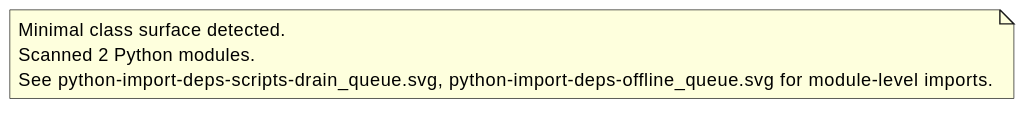
casonk/shock-relay keeps this PlantUML diagram as docs/diagrams/python-classes.puml.svg. Above is the earlier version. Its diagram source:
```plantuml
@startuml
set namespaceSeparator none
note as archilityPythonSurfaceNote
Minimal class surface detected.
Scanned 2 Python modules.
See python-import-deps-scripts-drain_queue.svg, python-import-deps-offline_queue.svg for module-level imports.
end note
@enduml
```
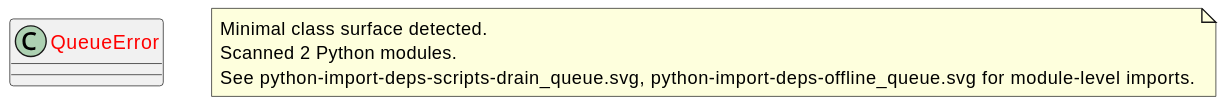
Later version of the same file.

The edit, as a diff of the source:
```diff
@@ -1,5 +1,7 @@
 @startuml
 set namespaceSeparator none
+class "<color:red>QueueError</color>" as offline_queue.QueueError {
+}
 note as archilityPythonSurfaceNote
 Minimal class surface detected.
 Scanned 2 Python modules.
```
